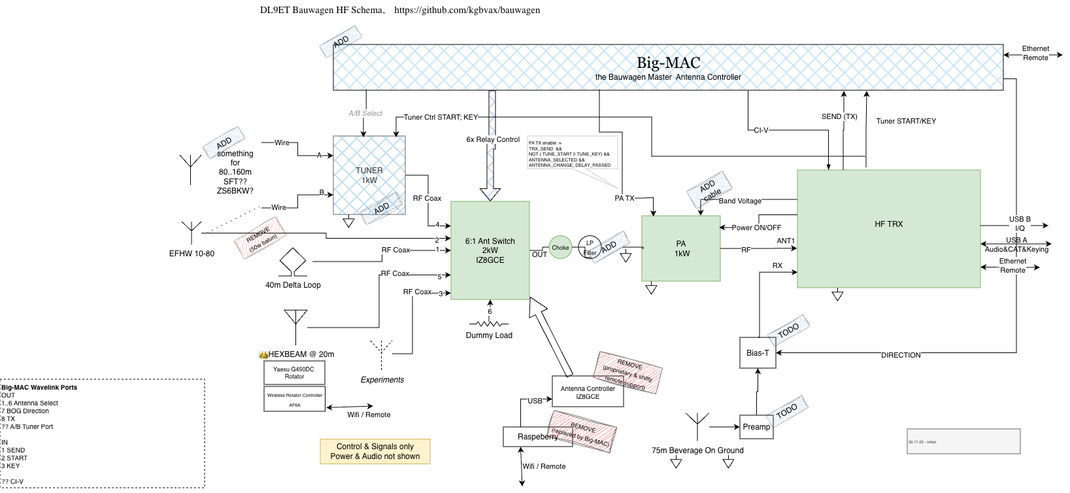
Before: BauwagenHF.drawio.png, a diagram exported from draw.io (kgbvax/bauwagen). Source tidied: cells renumbered, new cells last; positions are measured from the earlier drawing's top-left corner, leaving out a move shared by most shapes.
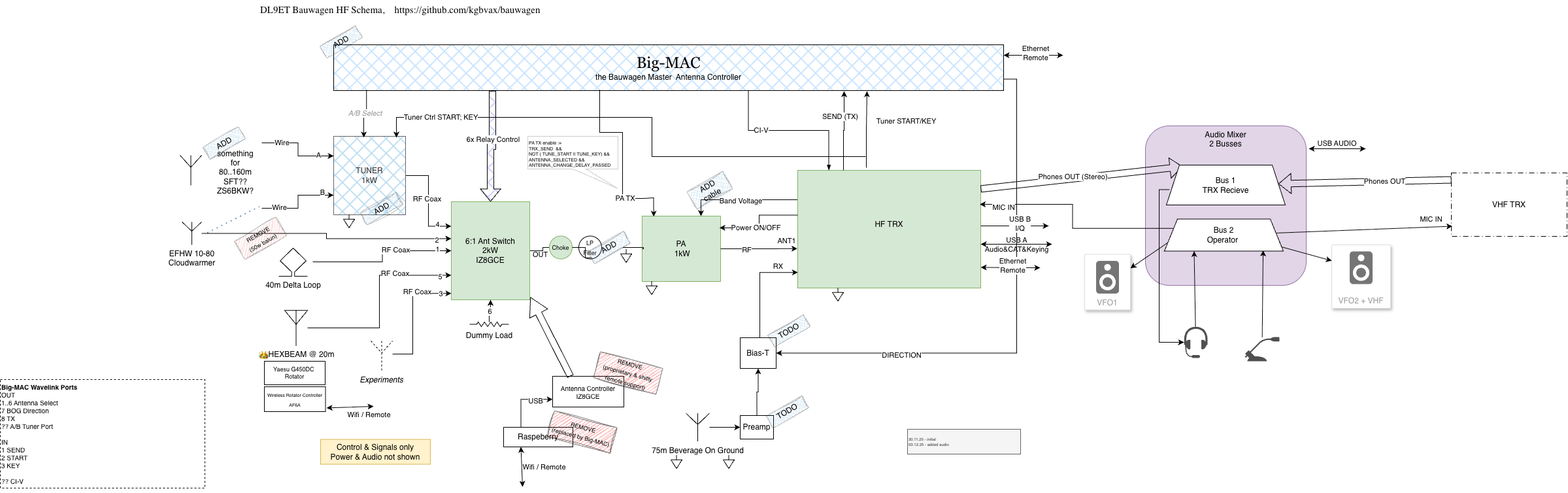
Later version of the same file.

The edit, as a diff of the source:
```diff
@@ -313,7 +313,7 @@
         <mxPoint x="21" y="13" as="offset" />
       </mxGeometry>
     </mxCell>
-    <mxCell id="80" value="EFHW 10-80" style="verticalLabelPosition=bottom;shadow=0;align=center;html=1;verticalAlign=top;shape=mxgraph.electrical.radio.aerial_-_antenna_1;gradientColor=none;fillStyle=zigzag-line;fillColor=light-dark(#e60f0f, #ededed);gradientDirection=west;strokeColor=light-dark(#0a0a0a, #ff7777);strokeWidth=1;" parent="1" vertex="1">
+    <mxCell id="80" value="EFHW 10-80&lt;br&gt;Cloudwarmer" style="verticalLabelPosition=bottom;shadow=0;align=center;html=1;verticalAlign=top;shape=mxgraph.electrical.radio.aerial_-_antenna_1;gradientColor=none;fillStyle=zigzag-line;fillColor=light-dark(#e60f0f, #ededed);gradientDirection=west;strokeColor=light-dark(#0a0a0a, #ff7777);strokeWidth=1;" parent="1" vertex="1">
       <mxGeometry x="278" y="339" width="30" height="35" as="geometry" />
     </mxCell>
     <mxCell id="81" style="edgeStyle=orthogonalEdgeStyle;rounded=0;jettySize=auto;html=1;entryX=0;entryY=0.377;entryDx=0;entryDy=0;entryPerimeter=0;" parent="1" edge="1" source="80" target="7">
@@ -370,7 +370,7 @@
     <mxCell id="98" value="ADD&lt;br&gt;cable" style="text;html=1;whiteSpace=wrap;strokeColor=default;fillColor=light-dark(#60a5d9, #ededed);align=center;verticalAlign=middle;rounded=0;rotation=-30;fillStyle=cross-hatch;sketch=1;curveFitting=1;jiggle=2;opacity=25;" parent="1" vertex="1">
       <mxGeometry x="1054" y="275" width="63" height="31" as="geometry" />
     </mxCell>
-    <mxCell id="99" value="30.11.25 - initial" style="rounded=0;whiteSpace=wrap;html=1;align=left;fontSize=6;fillColor=#f5f5f5;fontColor=#333333;strokeColor=#666666;" parent="1" vertex="1">
+    <mxCell id="99" value="30.11.25 - initial&lt;br&gt;03.12.25 - added audio" style="rounded=0;whiteSpace=wrap;html=1;align=left;fontSize=6;fillColor=#f5f5f5;fontColor=#333333;strokeColor=#666666;" parent="1" vertex="1">
       <mxGeometry x="1388" y="656" width="173" height="38" as="geometry" />
     </mxCell>
     <mxCell id="100" style="endArrow=none;dashed=1;html=1;dashPattern=1 3;strokeWidth=2;rounded=0;fillColor=#dae8fc;strokeColor=#6c8ebf;" parent="1" edge="1">
@@ -421,5 +421,103 @@
     <mxCell id="112" value="&lt;b&gt;Big-MAC Wavelink Ports&lt;/b&gt;&lt;div&gt;&lt;span style=&quot;background-color: transparent; color: light-dark(rgb(0, 0, 0), rgb(255, 255, 255));&quot;&gt;OUT&lt;/span&gt;&lt;/div&gt;&lt;div&gt;&lt;span style=&quot;background-color: transparent; color: light-dark(rgb(0, 0, 0), rgb(255, 255, 255));&quot;&gt;1..6 Antenna Select&lt;/span&gt;&lt;/div&gt;&lt;div&gt;7 BOG Direction&lt;/div&gt;&lt;div&gt;8 TX&lt;/div&gt;&lt;div&gt;?? A/B Tuner Port&lt;/div&gt;&lt;div&gt;&lt;br&gt;IN&lt;/div&gt;&lt;div&gt;1 SEND&lt;/div&gt;&lt;div&gt;2 START&lt;/div&gt;&lt;div&gt;3 KEY&lt;/div&gt;&lt;div&gt;&lt;br&gt;&lt;/div&gt;&lt;div&gt;?? CI-V&lt;/div&gt;" style="rounded=0;whiteSpace=wrap;html=1;align=left;fontSize=10;dashed=1;" parent="1" vertex="1">
       <mxGeometry y="580" width="313" height="166" as="geometry" />
     </mxCell>
+    <mxCell id="113" value="Audio Mixer&lt;br&gt;2 Busses" style="rounded=1;whiteSpace=wrap;html=1;fillColor=#e1d5e7;strokeColor=#9673a6;verticalAlign=top;" parent="1" vertex="1">
+      <mxGeometry x="1752" y="192" width="246" height="244" as="geometry" />
+    </mxCell>
+    <mxCell id="114" style="shape=flexArrow;endArrow=classic;html=1;rounded=0;exitX=0.985;exitY=0.308;exitDx=0;exitDy=0;exitPerimeter=0;entryX=0.137;entryY=0.038;entryDx=0;entryDy=0;entryPerimeter=0;" parent="1" edge="1" target="132">
+      <mxGeometry relative="1" as="geometry">
+        <mxPoint x="1500" y="288.4" as="sourcePoint" />
+      </mxGeometry>
+    </mxCell>
+    <mxCell id="115" value="Phones OUT (Stereo)" style="edgeLabel;html=1;align=center;verticalAlign=middle;" parent="114" vertex="1">
+      <mxGeometry x="0.11" y="-3" relative="1" as="geometry">
+        <mxPoint x="-32" y="-3" as="offset" />
+      </mxGeometry>
+    </mxCell>
+    <mxCell id="116" style="endArrow=classic;html=1;rounded=0;entryX=0.995;entryY=0.289;entryDx=0;entryDy=0;entryPerimeter=0;exitX=0;exitY=0.25;exitDx=0;exitDy=0;edgeStyle=orthogonalEdgeStyle;" parent="1" edge="1" source="133" target="4">
+      <mxGeometry relative="1" as="geometry" />
+    </mxCell>
+    <mxCell id="117" value="MIC IN" style="edgeLabel;html=1;align=center;verticalAlign=middle;" parent="116" vertex="1">
+      <mxGeometry x="-0.13" y="-1" relative="1" as="geometry">
+        <mxPoint x="-115" y="-31" as="offset" />
+      </mxGeometry>
+    </mxCell>
+    <mxCell id="118" value="VHF TRX" style="rounded=0;whiteSpace=wrap;html=1;dashed=1;dashPattern=8 4 1 4;" parent="1" vertex="1">
+      <mxGeometry x="2220" y="264" width="177" height="97" as="geometry" />
+    </mxCell>
+    <mxCell id="119" style="shape=flexArrow;endArrow=classic;html=1;rounded=0;exitX=0.001;exitY=0.109;exitDx=0;exitDy=0;exitPerimeter=0;" parent="1" edge="1" source="118" target="132">
+      <mxGeometry relative="1" as="geometry" />
+    </mxCell>
+    <mxCell id="120" value="Phones OUT" style="edgeLabel;html=1;align=center;verticalAlign=middle;" parent="119" vertex="1">
+      <mxGeometry x="-0.3" y="-9" relative="1" as="geometry">
+        <mxPoint x="-9" y="9" as="offset" />
+      </mxGeometry>
+    </mxCell>
+    <mxCell id="121" style="endArrow=classic;html=1;rounded=0;entryX=0.009;entryY=0.84;entryDx=0;entryDy=0;entryPerimeter=0;" parent="1" edge="1" source="133" target="118">
+      <mxGeometry relative="1" as="geometry" />
+    </mxCell>
+    <mxCell id="122" value="MIC IN" style="edgeLabel;html=1;align=center;verticalAlign=middle;" parent="121" vertex="1">
+      <mxGeometry x="-0.13" y="-1" relative="1" as="geometry">
+        <mxPoint x="119" y="-18" as="offset" />
+      </mxGeometry>
+    </mxCell>
+    <mxCell id="123" style="sketch=0;shadow=0;dashed=0;html=1;strokeColor=none;fillColor=#505050;labelPosition=center;verticalLabelPosition=bottom;verticalAlign=top;outlineConnect=0;align=center;shape=mxgraph.office.devices.headset;" parent="1" vertex="1">
+      <mxGeometry x="1811" y="499" width="36" height="48" as="geometry" />
+    </mxCell>
+    <mxCell id="124" style="sketch=0;shadow=0;dashed=0;html=1;strokeColor=none;fillColor=#505050;labelPosition=center;verticalLabelPosition=bottom;verticalAlign=top;outlineConnect=0;align=center;shape=mxgraph.office.devices.microphone;" parent="1" vertex="1">
+      <mxGeometry x="1904" y="515" width="53" height="37" as="geometry" />
+    </mxCell>
+    <mxCell id="125" style="endArrow=classic;html=1;rounded=0;entryX=0.83;entryY=0.98;entryDx=0;entryDy=0;entryPerimeter=0;" parent="1" edge="1" source="124" target="133">
+      <mxGeometry relative="1" as="geometry" />
+    </mxCell>
+    <mxCell id="126" value="VFO2 + VHF" style="fillColor=#ffffff;strokeColor=#dddddd;shadow=1;strokeWidth=1;rounded=1;absoluteArcSize=1;arcSize=2;labelPosition=center;verticalLabelPosition=middle;align=center;verticalAlign=bottom;spacingLeft=0;fontColor=#999999;fontSize=12;whiteSpace=wrap;spacingBottom=2;html=1;" parent="1" vertex="1">
+      <mxGeometry x="2037" y="374" width="90" height="97" as="geometry" />
+    </mxCell>
+    <mxCell id="127" style="sketch=0;dashed=0;html=1;fillColor=#757575;strokeColor=none;shape=mxgraph.gcp2.speaker;" parent="126" vertex="1">
+      <mxGeometry x="0.5" width="35" height="50" relative="1" as="geometry">
+        <mxPoint x="-17.5" y="10" as="offset" />
+      </mxGeometry>
+    </mxCell>
+    <mxCell id="128" value="VFO1" style="fillColor=#ffffff;strokeColor=#dddddd;shadow=1;strokeWidth=1;rounded=1;absoluteArcSize=1;arcSize=2;labelPosition=center;verticalLabelPosition=middle;align=center;verticalAlign=bottom;spacingLeft=0;fontColor=#999999;fontSize=12;whiteSpace=wrap;spacingBottom=2;html=1;" parent="1" vertex="1">
+      <mxGeometry x="1659" y="388.5" width="70" height="85" as="geometry" />
+    </mxCell>
+    <mxCell id="129" style="sketch=0;dashed=0;html=1;fillColor=#757575;strokeColor=none;shape=mxgraph.gcp2.speaker;" parent="128" vertex="1">
+      <mxGeometry x="0.5" width="35" height="50" relative="1" as="geometry">
+        <mxPoint x="-17.5" y="10" as="offset" />
+      </mxGeometry>
+    </mxCell>
+    <mxCell id="130" style="endArrow=classic;html=1;rounded=0;exitX=0;exitY=0.75;exitDx=0;exitDy=0;entryX=1;entryY=0.25;entryDx=0;entryDy=0;" parent="1" edge="1" source="133" target="128">
+      <mxGeometry relative="1" as="geometry" />
+    </mxCell>
+    <mxCell id="131" style="endArrow=classic;html=1;rounded=0;exitX=0.976;exitY=0.861;exitDx=0;exitDy=0;entryX=0;entryY=0.25;entryDx=0;entryDy=0;exitPerimeter=0;" parent="1" edge="1" source="133" target="126">
+      <mxGeometry relative="1" as="geometry" />
+    </mxCell>
+    <mxCell id="132" value="Bus 1&lt;br&gt;TRX Recieve" style="shape=trapezoid;perimeter=trapezoidPerimeter;whiteSpace=wrap;html=1;fixedSize=1;" parent="1" vertex="1">
+      <mxGeometry x="1784" y="252" width="182" height="61" as="geometry" />
+    </mxCell>
+    <mxCell id="133" value="Bus 2&lt;br&gt;Operator&amp;nbsp;" style="shape=trapezoid;perimeter=trapezoidPerimeter;whiteSpace=wrap;html=1;fixedSize=1;" parent="1" vertex="1">
+      <mxGeometry x="1781" y="334.5" width="182" height="49" as="geometry" />
+    </mxCell>
+    <mxCell id="134" style="endArrow=classic;html=1;rounded=0;entryX=0.25;entryY=1;entryDx=0;entryDy=0;" parent="1" edge="1" source="123" target="133">
+      <mxGeometry relative="1" as="geometry" />
+    </mxCell>
+    <mxCell id="135" style="endArrow=classic;html=1;rounded=0;exitX=0.026;exitY=0.616;exitDx=0;exitDy=0;exitPerimeter=0;edgeStyle=elbowEdgeStyle;elbow=vertical;" parent="1" edge="1" source="132" target="123">
+      <mxGeometry relative="1" as="geometry">
+        <Array as="points">
+          <mxPoint x="1773" y="453" />
+        </Array>
+      </mxGeometry>
+    </mxCell>
+    <mxCell id="136" style="endArrow=classic;startArrow=classic;html=1;rounded=0;" parent="1" edge="1">
+      <mxGeometry relative="1" as="geometry">
+        <mxPoint x="2002" y="227" as="sourcePoint" />
+        <mxPoint x="2089" y="227" as="targetPoint" />
+      </mxGeometry>
+    </mxCell>
+    <mxCell id="137" value="USB AUDIO" style="edgeLabel;html=1;align=center;verticalAlign=middle;" parent="136" vertex="1">
+      <mxGeometry x="0.46" relative="1" as="geometry">
+        <mxPoint x="-21" y="-8" as="offset" />
+      </mxGeometry>
+    </mxCell>
   </root>
 </mxGraphModel>
```
